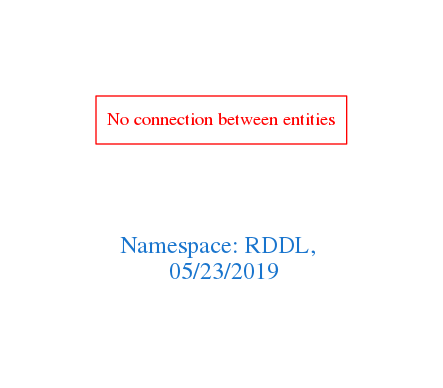
Earlier version of the Graphviz export downloads/RDDL.png (arago/OGIT). Its source is kept beside it as downloads/RDDL.dot.
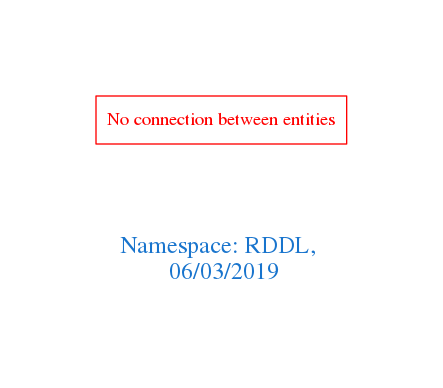
After the change.

Diff of the diagram source:
```diff
@@ -1,7 +1,7 @@
 digraph OGIT_ontology {
  graph [ rankdir= LR,pad=1
 fontsize = 18,
-fontcolor= dodgerblue3,label = "\n\n\nNamespace: RDDL, \n 05/23/2019"];
+fontcolor= dodgerblue3,label = "\n\n\nNamespace: RDDL, \n 06/03/2019"];
 node[shape=polygon];
 edge [  color="gray81"];
 
```
